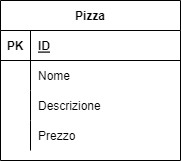
EmanueleEsposito/spring-pizza keeps this draw.io diagram as Spring-Pizza-diagram.drawio.png. Above is the earlier version. Source tidied: cells renumbered, new cells last; positions are measured from the earlier drawing's top-left corner, leaving out a move shared by most shapes.
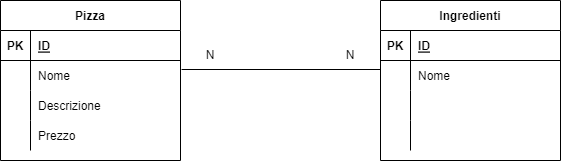
After the commit.

Diff of the diagram source:
```diff
@@ -41,5 +41,55 @@
     <mxCell id="14" value="Prezzo" style="shape=partialRectangle;fillColor=none;top=0;left=0;bottom=0;right=0;align=left;spacingLeft=6;overflow=hidden;" parent="12" vertex="1">
       <mxGeometry x="30" width="150" height="30" as="geometry" />
     </mxCell>
+    <mxCell id="15" value="Ingredienti" style="shape=table;startSize=30;rowLines=0;fontStyle=1;align=center;" parent="1" vertex="1">
+      <mxGeometry x="380" width="180" height="160" as="geometry" />
+    </mxCell>
+    <mxCell id="16" style="shape=tableRow;horizontal=0;startSize=0;swimlaneHead=0;swimlaneBody=0;fillColor=none;top=0;left=0;right=0;bottom=1;" parent="15" vertex="1">
+      <mxGeometry y="30" width="180" height="30" as="geometry" />
+    </mxCell>
+    <mxCell id="17" value="PK" style="shape=partialRectangle;fillColor=none;top=0;left=0;bottom=0;right=0;fontStyle=1;overflow=hidden;" parent="16" vertex="1">
+      <mxGeometry width="30" height="30" as="geometry" />
+    </mxCell>
+    <mxCell id="18" value="ID" style="shape=partialRectangle;fillColor=none;top=0;left=0;bottom=0;right=0;align=left;spacingLeft=6;fontStyle=5;overflow=hidden;" parent="16" vertex="1">
+      <mxGeometry x="30" width="150" height="30" as="geometry" />
+    </mxCell>
+    <mxCell id="19" style="shape=tableRow;horizontal=0;startSize=0;swimlaneHead=0;swimlaneBody=0;fillColor=none;top=0;left=0;right=0;bottom=0;" parent="15" vertex="1">
+      <mxGeometry y="60" width="180" height="30" as="geometry" />
+    </mxCell>
+    <mxCell id="20" style="shape=partialRectangle;fillColor=none;top=0;left=0;bottom=0;right=0;overflow=hidden;" parent="19" vertex="1">
+      <mxGeometry width="30" height="30" as="geometry" />
+    </mxCell>
+    <mxCell id="21" value="Nome" style="shape=partialRectangle;fillColor=none;top=0;left=0;bottom=0;right=0;align=left;spacingLeft=6;overflow=hidden;" parent="19" vertex="1">
+      <mxGeometry x="30" width="150" height="30" as="geometry" />
+    </mxCell>
+    <mxCell id="22" style="shape=tableRow;horizontal=0;startSize=0;swimlaneHead=0;swimlaneBody=0;fillColor=none;top=0;left=0;right=0;bottom=0;" parent="15" vertex="1">
+      <mxGeometry y="90" width="180" height="30" as="geometry" />
+    </mxCell>
+    <mxCell id="23" style="shape=partialRectangle;fillColor=none;top=0;left=0;bottom=0;right=0;overflow=hidden;" parent="22" vertex="1">
+      <mxGeometry width="30" height="30" as="geometry" />
+    </mxCell>
+    <mxCell id="24" style="shape=partialRectangle;fillColor=none;top=0;left=0;bottom=0;right=0;align=left;spacingLeft=6;overflow=hidden;" parent="22" vertex="1">
+      <mxGeometry x="30" width="150" height="30" as="geometry" />
+    </mxCell>
+    <mxCell id="25" style="shape=tableRow;horizontal=0;startSize=0;swimlaneHead=0;swimlaneBody=0;fillColor=none;top=0;left=0;right=0;bottom=0;" parent="15" vertex="1">
+      <mxGeometry y="120" width="180" height="30" as="geometry" />
+    </mxCell>
+    <mxCell id="26" style="shape=partialRectangle;fillColor=none;top=0;left=0;bottom=0;right=0;overflow=hidden;" parent="25" vertex="1">
+      <mxGeometry width="30" height="30" as="geometry" />
+    </mxCell>
+    <mxCell id="27" style="shape=partialRectangle;fillColor=none;top=0;left=0;bottom=0;right=0;align=left;spacingLeft=6;overflow=hidden;" parent="25" vertex="1">
+      <mxGeometry x="30" width="150" height="30" as="geometry" />
+    </mxCell>
+    <mxCell id="28" style="endArrow=none;html=1;rounded=0;exitX=1.006;exitY=0.3;exitDx=0;exitDy=0;exitPerimeter=0;" parent="1" edge="1" source="6">
+      <mxGeometry relative="1" as="geometry">
+        <mxPoint x="380" y="69" as="targetPoint" />
+      </mxGeometry>
+    </mxCell>
+    <mxCell id="29" value="N" style="text;html=1;strokeColor=none;fillColor=none;align=center;verticalAlign=middle;whiteSpace=wrap;rounded=0;" parent="1" vertex="1">
+      <mxGeometry x="180" y="40" width="60" height="30" as="geometry" />
+    </mxCell>
+    <mxCell id="30" value="N" style="text;html=1;strokeColor=none;fillColor=none;align=center;verticalAlign=middle;whiteSpace=wrap;rounded=0;" parent="1" vertex="1">
+      <mxGeometry x="320" y="40" width="60" height="30" as="geometry" />
+    </mxCell>
   </root>
 </mxGraphModel>
```
